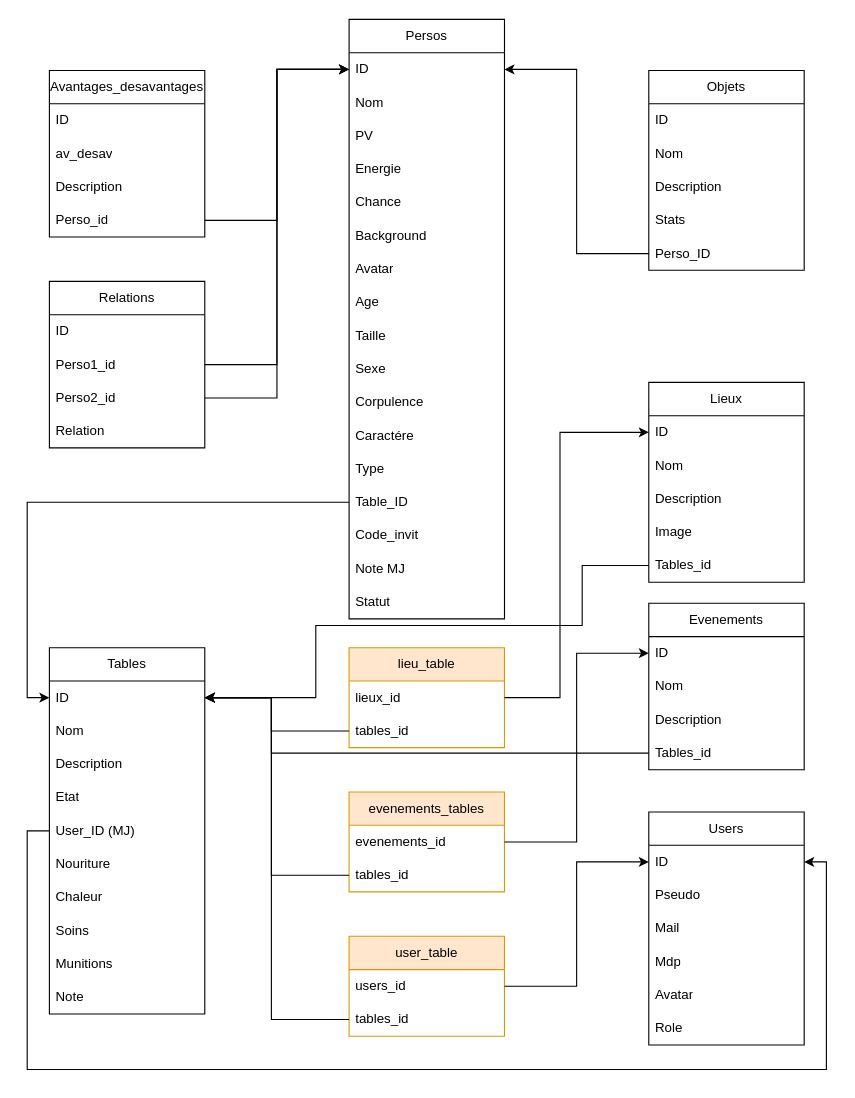
Before: Schématisation BdD.drawio in Cy-Bert/Bunker-Project, a draw.io diagram. Source tidied: cells renumbered, new cells numbered last; positions are measured from the earlier drawing's top-left corner, leaving out a move shared by most shapes. Both pictures are drawn from the tidied source at 111%, with x=0, y=0 at pixel (27, 19).
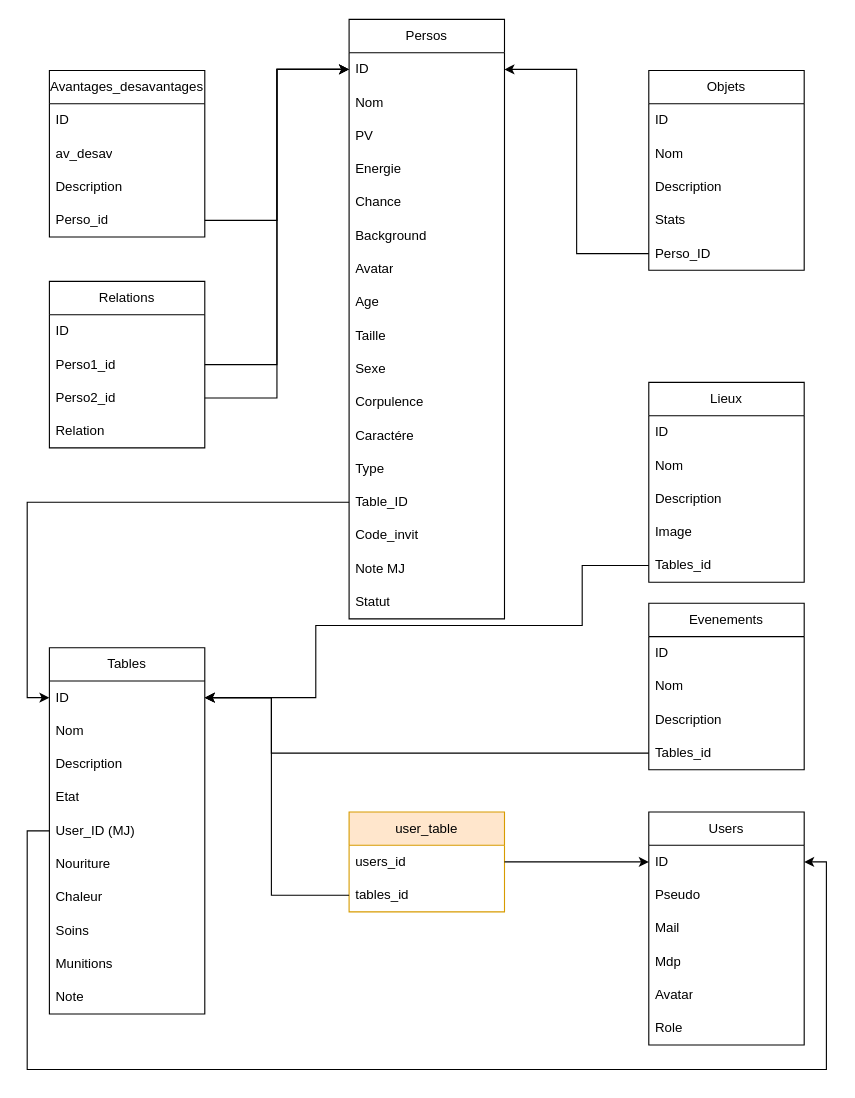
The same diagram, later.

Commit message:
Mettre à jour Schématisation BdD.drawio

The change refers to these unchanged cells:
```xml
<mxCell id="31" value="ID" style="text;strokeColor=none;fillColor=none;align=left;verticalAlign=middle;spacingLeft=4;spacingRight=4;overflow=hidden;points=[[0,0.5],[1,0.5]];portConstraint=eastwest;whiteSpace=wrap;html=1;" parent="30" vertex="1">
  <mxGeometry y="30" width="140" height="30" as="geometry" />
</mxCell>
<mxCell id="54" value="ID" style="text;strokeColor=none;fillColor=none;align=left;verticalAlign=middle;spacingLeft=4;spacingRight=4;overflow=hidden;points=[[0,0.5],[1,0.5]];portConstraint=eastwest;whiteSpace=wrap;html=1;" parent="53" vertex="1">
  <mxGeometry y="30" width="140" height="30" as="geometry" />
</mxCell>
<mxCell id="60" value="ID" style="text;strokeColor=none;fillColor=none;align=left;verticalAlign=middle;spacingLeft=4;spacingRight=4;overflow=hidden;points=[[0,0.5],[1,0.5]];portConstraint=eastwest;whiteSpace=wrap;html=1;" parent="59" vertex="1">
  <mxGeometry y="30" width="140" height="30" as="geometry" />
</mxCell>
<mxCell id="66" value="tables_id" style="text;strokeColor=none;fillColor=none;align=left;verticalAlign=middle;spacingLeft=4;spacingRight=4;overflow=hidden;points=[[0,0.5],[1,0.5]];portConstraint=eastwest;whiteSpace=wrap;html=1;" parent="64" vertex="1">
  <mxGeometry y="60" width="140" height="30" as="geometry" />
</mxCell>
```

What changed in the source:
```diff
@@
-    <mxCell id="47" value="lieu_table" style="swimlane;fontStyle=0;horizontal=1;startSize=30;whiteSpace=wrap;html=1;fillColor=#ffe6cc;strokeColor=#d79b00;" parent="1" vertex="1">
-      <mxGeometry x="290" y="566" width="140" height="90" as="geometry" />
-    </mxCell>
-    <mxCell id="48" value="lieux_id" style="text;strokeColor=none;fillColor=none;align=left;verticalAlign=middle;spacingLeft=4;spacingRight=4;overflow=hidden;points=[[0,0.5],[1,0.5]];portConstraint=eastwest;whiteSpace=wrap;html=1;" parent="47" vertex="1">
-      <mxGeometry y="30" width="140" height="30" as="geometry" />
-    </mxCell>
-    <mxCell id="49" value="tables_id" style="text;strokeColor=none;fillColor=none;align=left;verticalAlign=middle;spacingLeft=4;spacingRight=4;overflow=hidden;points=[[0,0.5],[1,0.5]];portConstraint=eastwest;whiteSpace=wrap;html=1;" parent="47" vertex="1">
-      <mxGeometry y="60" width="140" height="30" as="geometry" />
-    </mxCell>
-    <mxCell id="50" value="evenements_tables" style="swimlane;fontStyle=0;horizontal=1;startSize=30;whiteSpace=wrap;html=1;fillColor=#ffe6cc;strokeColor=#d79b00;" parent="1" vertex="1">
-      <mxGeometry x="290" y="696" width="140" height="90" as="geometry" />
-    </mxCell>
-    <mxCell id="51" value="evenements_id" style="text;strokeColor=none;fillColor=none;align=left;verticalAlign=middle;spacingLeft=4;spacingRight=4;overflow=hidden;points=[[0,0.5],[1,0.5]];portConstraint=eastwest;whiteSpace=wrap;html=1;" parent="50" vertex="1">
-      <mxGeometry y="30" width="140" height="30" as="geometry" />
-    </mxCell>
-    <mxCell id="52" value="tables_id" style="text;strokeColor=none;fillColor=none;align=left;verticalAlign=middle;spacingLeft=4;spacingRight=4;overflow=hidden;points=[[0,0.5],[1,0.5]];portConstraint=eastwest;whiteSpace=wrap;html=1;" parent="50" vertex="1">
-      <mxGeometry y="60" width="140" height="30" as="geometry" />
-    </mxCell>
@@
     <mxCell id="64" value="user_table" style="swimlane;fontStyle=0;horizontal=1;startSize=30;whiteSpace=wrap;html=1;fillColor=#ffe6cc;strokeColor=#d79b00;" parent="1" vertex="1">
-      <mxGeometry x="290" y="826" width="140" height="90" as="geometry" />
+      <mxGeometry x="290" y="714" width="140" height="90" as="geometry" />
     </mxCell>
@@
-    <mxCell id="79" style="edgeStyle=orthogonalEdgeStyle;rounded=0;jettySize=auto;html=1;exitX=0;exitY=0.5;exitDx=0;exitDy=0;entryX=1;entryY=0.5;entryDx=0;entryDy=0;" parent="1" edge="1" source="49" target="31">
-      <mxGeometry relative="1" as="geometry">
-        <Array as="points">
-          <mxPoint x="220" y="641" />
-          <mxPoint x="220" y="611" />
-        </Array>
-      </mxGeometry>
-    </mxCell>
-    <mxCell id="80" style="edgeStyle=orthogonalEdgeStyle;rounded=0;jettySize=auto;html=1;exitX=0;exitY=0.5;exitDx=0;exitDy=0;entryX=1;entryY=0.5;entryDx=0;entryDy=0;" parent="1" edge="1" source="52" target="31">
-      <mxGeometry relative="1" as="geometry">
-        <Array as="points">
-          <mxPoint x="220" y="771" />
-          <mxPoint x="220" y="611" />
-        </Array>
-      </mxGeometry>
-    </mxCell>
     <mxCell id="81" style="edgeStyle=orthogonalEdgeStyle;rounded=0;jettySize=auto;html=1;exitX=0;exitY=0.5;exitDx=0;exitDy=0;entryX=1;entryY=0.5;entryDx=0;entryDy=0;" parent="1" edge="1" source="66" target="31">
       <mxGeometry relative="1" as="geometry">
         <Array as="points">
-          <mxPoint x="220" y="901" />
+          <mxPoint x="220" y="789" />
           <mxPoint x="220" y="611" />
         </Array>
       </mxGeometry>
     </mxCell>
@@
-    <mxCell id="83" style="edgeStyle=orthogonalEdgeStyle;rounded=0;jettySize=auto;html=1;exitX=1;exitY=0.5;exitDx=0;exitDy=0;entryX=0;entryY=0.5;entryDx=0;entryDy=0;" parent="1" edge="1" source="51" target="60">
-      <mxGeometry relative="1" as="geometry" />
-    </mxCell>
-    <mxCell id="84" style="edgeStyle=orthogonalEdgeStyle;rounded=0;jettySize=auto;html=1;exitX=1;exitY=0.5;exitDx=0;exitDy=0;entryX=0;entryY=0.5;entryDx=0;entryDy=0;" parent="1" edge="1" source="48" target="54">
-      <mxGeometry relative="1" as="geometry">
-        <Array as="points">
-          <mxPoint x="480" y="611" />
-          <mxPoint x="480" y="372" />
-        </Array>
-      </mxGeometry>
-    </mxCell>
```
